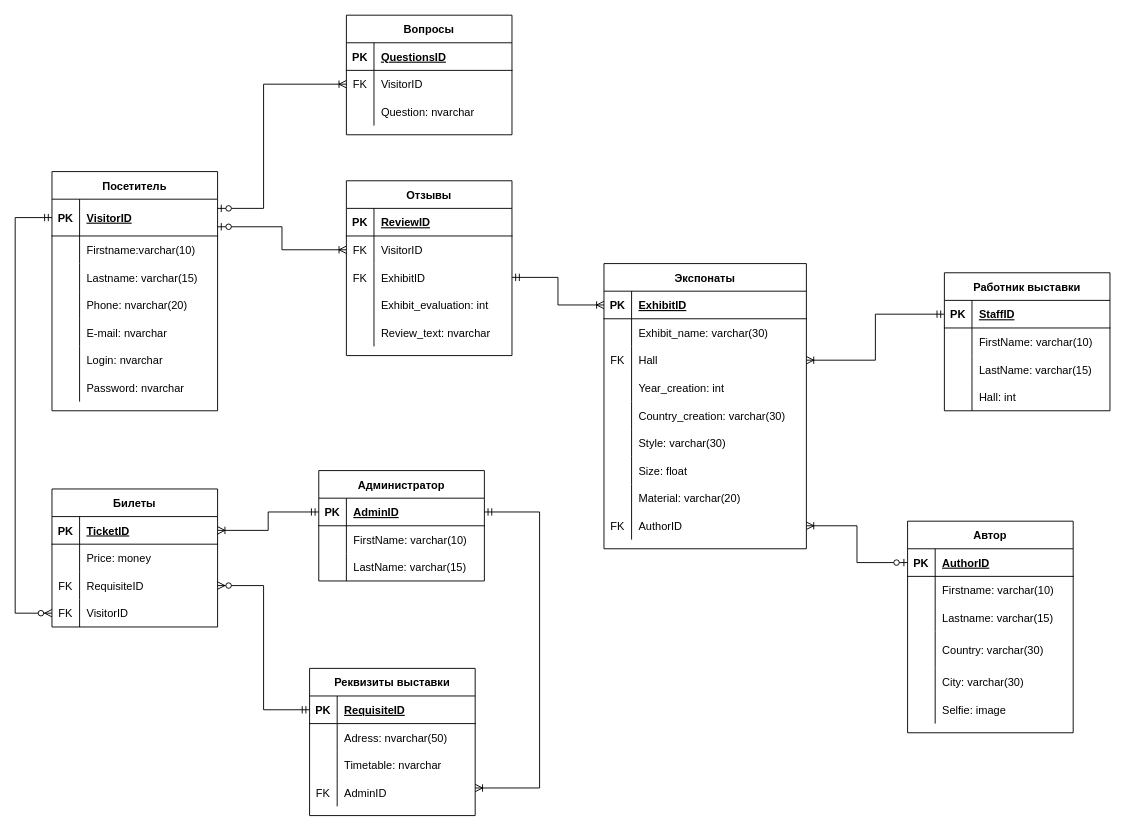
This is Diagrams/ER.drawio from OlgaMats/-, a draw.io file, before an edit. Source tidied: cells renumbered, new cells numbered last; positions are measured from the earlier drawing's top-left corner, leaving out a move shared by most shapes. Both pictures are drawn from the tidied source at 92%, with x=0, y=0 at pixel (15, 15).
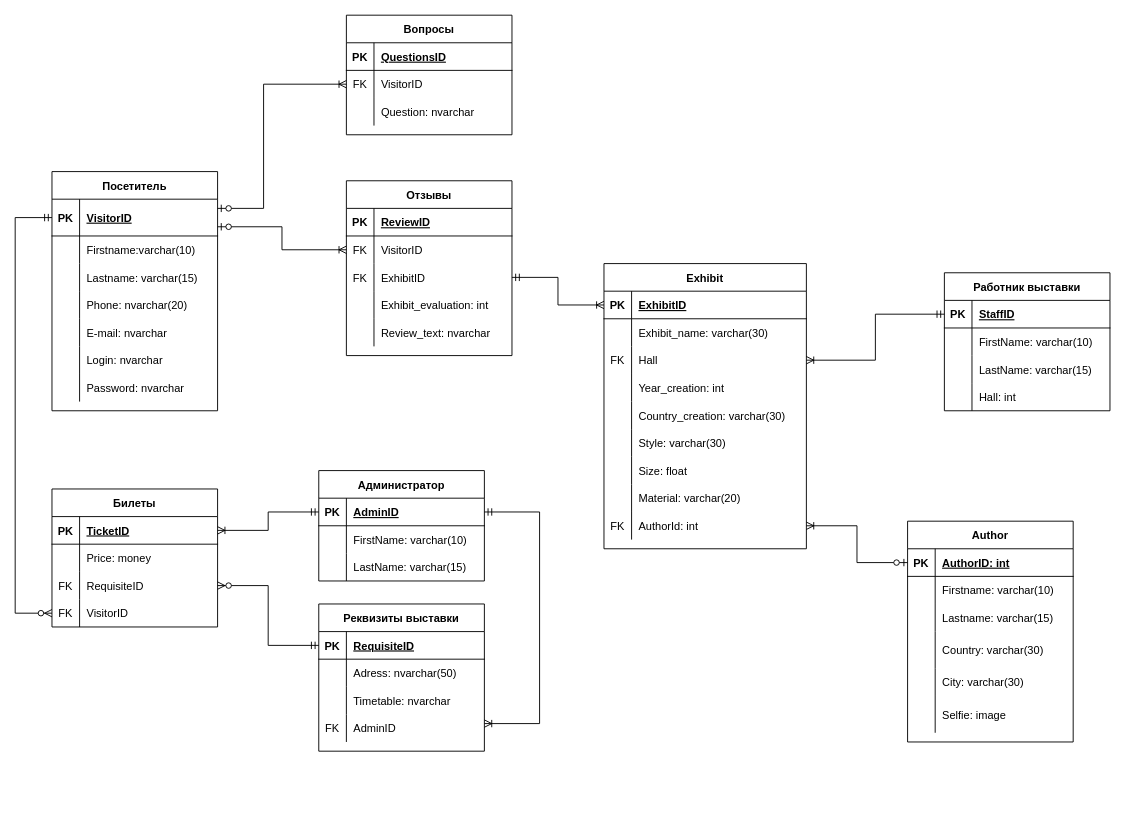
The same page after the edit.

The change refers to these unchanged cells:
```xml
<mxCell id="42" style="shape=partialRectangle;fillColor=none;top=0;left=0;bottom=1;right=0;points=[[0,0.5],[1,0.5]];portConstraint=eastwest;" parent="41" vertex="1">
  <mxGeometry y="30" width="180" height="30" as="geometry" />
</mxCell>
<mxCell id="61" style="shape=partialRectangle;fillColor=none;top=0;left=0;bottom=0;right=0;points=[[0,0.5],[1,0.5]];portConstraint=eastwest;" parent="51" vertex="1">
  <mxGeometry y="120" width="180" height="30" as="geometry" />
</mxCell>
<mxCell id="115" style="shape=partialRectangle;fillColor=none;top=0;left=0;bottom=0;right=0;points=[[0,0.5],[1,0.5]];portConstraint=eastwest;" parent="90" vertex="1">
  <mxGeometry y="270" width="220" height="30" as="geometry" />
</mxCell>
<mxCell id="119" style="shape=partialRectangle;fillColor=none;top=0;left=0;bottom=1;right=0;points=[[0,0.5],[1,0.5]];portConstraint=eastwest;" parent="118" vertex="1">
  <mxGeometry y="30" width="180" height="30" as="geometry" />
</mxCell>
```

The edit, as a diff of the source:
```diff
@@
     <mxCell id="51" value="Реквизиты выставки" style="shape=table;startSize=30;childLayout=tableLayout;rowLines=0;fontStyle=1;align=center;" parent="1" vertex="1">
-      <mxGeometry x="320" y="710" width="180" height="160" as="geometry" />
+      <mxGeometry x="330" y="640" width="180" height="160" as="geometry" />
     </mxCell>
@@
-    <mxCell id="90" value="Экспонаты" style="shape=table;startSize=30;childLayout=tableLayout;rowLines=0;fontStyle=1;align=center;" parent="1" vertex="1">
+    <mxCell id="90" value="Exhibit" style="shape=table;startSize=30;childLayout=tableLayout;rowLines=0;fontStyle=1;align=center;" parent="1" vertex="1">
       <mxGeometry x="640" y="270" width="220" height="310" as="geometry" />
     </mxCell>
@@
-    <mxCell id="117" value="AuthorID" style="shape=partialRectangle;fillColor=none;top=0;left=0;bottom=0;right=0;align=left;spacingLeft=6;overflow=hidden;" parent="115" vertex="1">
+    <mxCell id="117" value="AuthorId: int" style="shape=partialRectangle;fillColor=none;top=0;left=0;bottom=0;right=0;align=left;spacingLeft=6;overflow=hidden;" parent="115" vertex="1">
       <mxGeometry x="30" width="190" height="30" as="geometry" />
     </mxCell>
-    <mxCell id="118" value="Автор" style="shape=table;startSize=30;childLayout=tableLayout;rowLines=0;fontStyle=1;align=center;" parent="1" vertex="1">
-      <mxGeometry x="970" y="550" width="180" height="230" as="geometry" />
+    <mxCell id="118" value="Author" style="shape=table;startSize=30;childLayout=tableLayout;rowLines=0;fontStyle=1;align=center;" parent="1" vertex="1">
+      <mxGeometry x="970" y="550" width="180" height="240" as="geometry" />
     </mxCell>
@@
-    <mxCell id="121" value="AuthorID" style="shape=partialRectangle;fillColor=none;top=0;left=0;bottom=0;right=0;align=left;spacingLeft=6;fontStyle=5;overflow=hidden;" parent="119" vertex="1">
+    <mxCell id="121" value="AuthorID: int" style="shape=partialRectangle;fillColor=none;top=0;left=0;bottom=0;right=0;align=left;spacingLeft=6;fontStyle=5;overflow=hidden;" parent="119" vertex="1">
       <mxGeometry x="30" width="150" height="30" as="geometry" />
     </mxCell>
@@
     <mxCell id="134" style="shape=partialRectangle;fillColor=none;top=0;left=0;bottom=0;right=0;" parent="118" vertex="1">
-      <mxGeometry y="190" width="180" height="30" as="geometry" />
+      <mxGeometry y="190" width="180" height="40" as="geometry" />
     </mxCell>
     <mxCell id="135" style="shape=partialRectangle;fillColor=none;top=0;left=0;bottom=0;right=0;overflow=hidden;" parent="134" vertex="1">
-      <mxGeometry width="30" height="30" as="geometry" />
+      <mxGeometry width="30" height="40" as="geometry" />
     </mxCell>
     <mxCell id="136" value="Selfie: image" style="shape=partialRectangle;fillColor=none;top=0;left=0;bottom=0;right=0;align=left;spacingLeft=6;overflow=hidden;" parent="134" vertex="1">
-      <mxGeometry x="30" width="150" height="30" as="geometry" />
+      <mxGeometry x="30" width="150" height="40" as="geometry" />
     </mxCell>
@@
     <mxCell id="138" style="edgeStyle=orthogonalEdgeStyle;fontSize=12;html=1;endArrow=ERoneToMany;startArrow=ERmandOne;rounded=0;" parent="1" edge="1" source="42" target="61">
       <mxGeometry relative="1" as="geometry">
         <Array as="points">
           <mxPoint x="570" y="540" />
-          <mxPoint x="570" y="840" />
+          <mxPoint x="570" y="770" />
         </Array>
       </mxGeometry>
     </mxCell>
```
